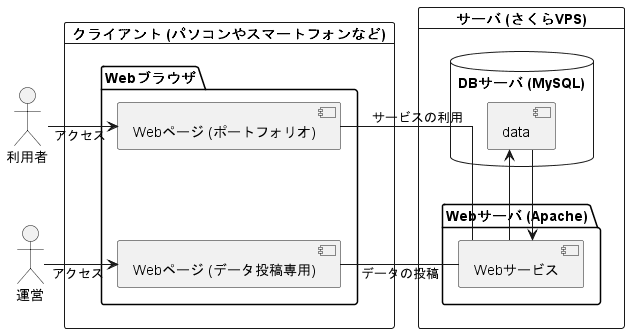
The PlantUML diagram SpecificationDocuments/diagrams/system_configuration_diagram.png in nekkiChan/Portfolio, before a commit.
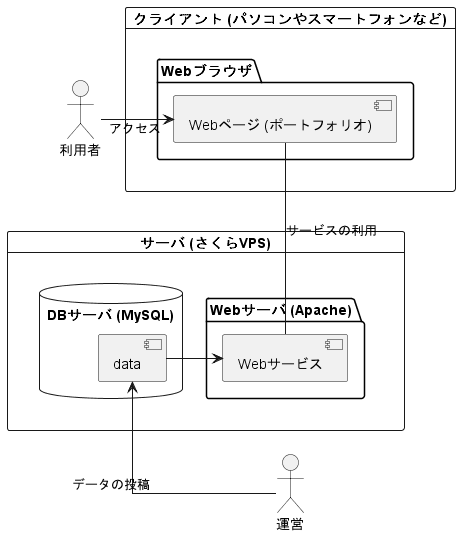
The same diagram one commit later.

Diff of the diagram source:
```diff
@@ -8,7 +8,6 @@
 card "クライアント (パソコンやスマートフォンなど)" as Client {
     package "Webブラウザ" as webbrowser {
         component "Webページ (ポートフォリオ)" as webpage
-        component "Webページ (データ投稿専用)" as formpage
     }
 }
 
@@ -21,17 +20,14 @@
     }
 }
 
+Client -[hidden]- Server
+Client -[hidden]- operator
+
 user -r-> webpage : アクセス
-operator -r-> formpage : アクセス
-user -[hidden]- operator
-
-
-webpage -[hidden]- formpage
 
 webpage - webservice : サービスの利用
-dbserver -d-> webservice
+dbserver -r-> webservice
 
-formpage - webservice : データの投稿
-dbserver <-d- webservice
+dbserver <-d- operator : データの投稿
 
 @enduml
```
